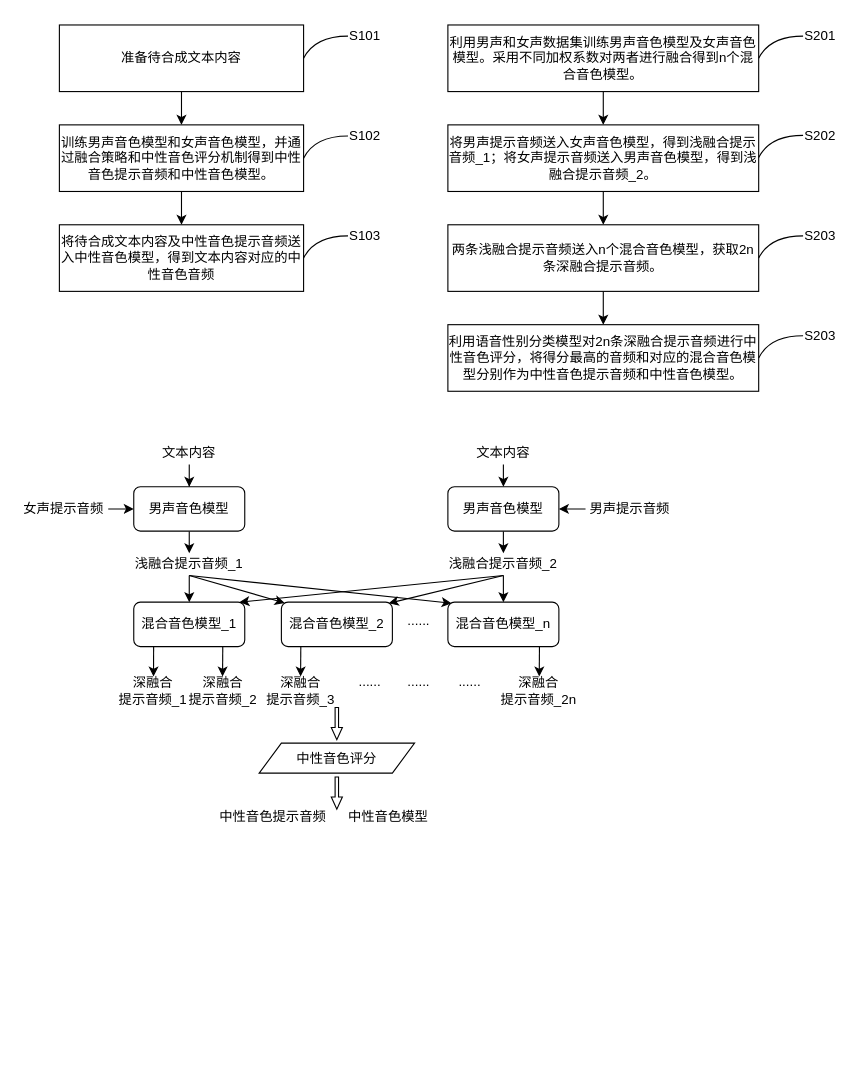
The draw.io diagram page "第 2 页" (2 of 2) of 未命名绘图.drawio in Nian-Chen/drawio, before the edit. Source tidied: cells renumbered, new cells numbered last; positions are measured from the earlier drawing's top-left corner, leaving out a move shared by most shapes. Both pictures are drawn from the tidied source at 111%, with x=0, y=0 at pixel (19, 19).
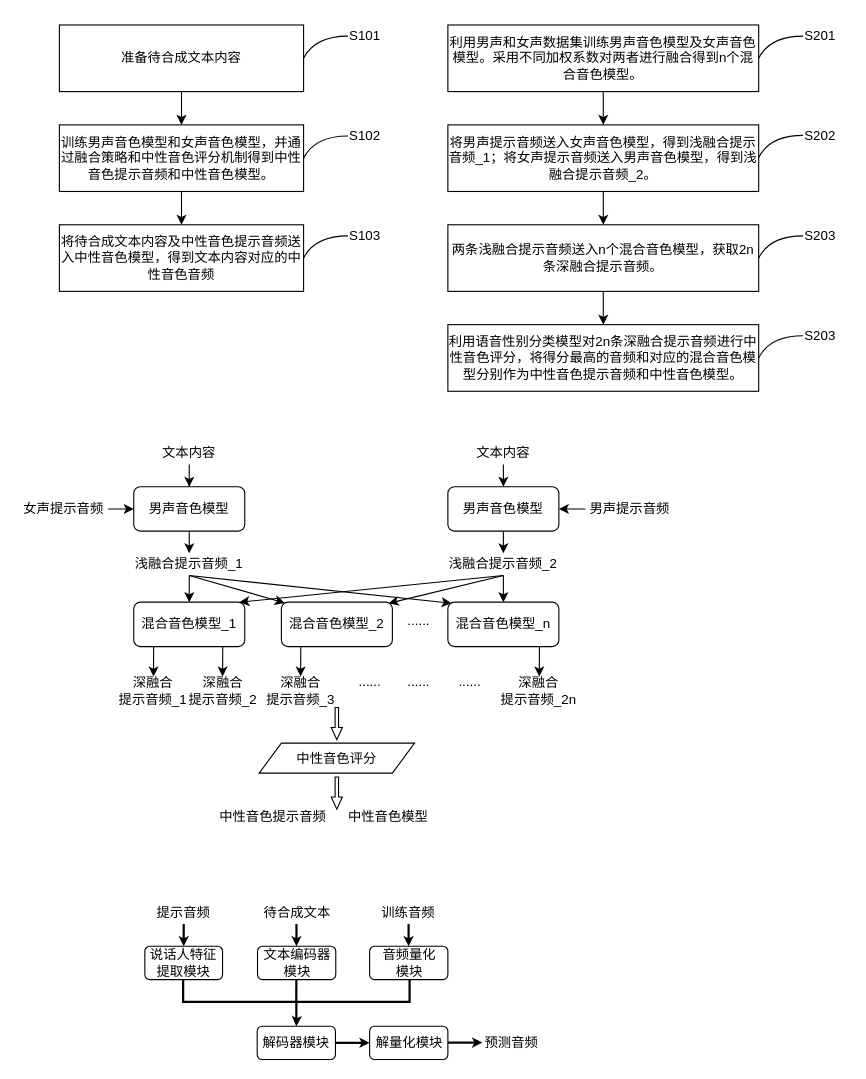
The same page after the edit.

Commit message:
中性音色语音合成.drawio

Diff of the diagram source:
```diff
@@
+    <mxCell id="67" style="edgeStyle=orthogonalEdgeStyle;rounded=0;jettySize=auto;html=1;exitX=0.5;exitY=1;exitDx=0;exitDy=0;entryX=0.5;entryY=0;entryDx=0;entryDy=0;strokeWidth=2;endSize=3;" parent="1" edge="1" source="68" target="71">
+      <mxGeometry relative="1" as="geometry" />
+    </mxCell>
+    <mxCell id="68" value="提示音频" style="text;html=1;align=center;verticalAlign=middle;whiteSpace=wrap;rounded=0;" parent="1" vertex="1">
+      <mxGeometry x="118" y="795" width="60" height="20" as="geometry" />
+    </mxCell>
+    <mxCell id="69" value="待合成文本" style="text;html=1;align=center;verticalAlign=middle;whiteSpace=wrap;rounded=0;" parent="1" vertex="1">
+      <mxGeometry x="202.2" y="795" width="97" height="20" as="geometry" />
+    </mxCell>
+    <mxCell id="70" value="文本编码器模块" style="rounded=1;whiteSpace=wrap;html=1;" parent="1" vertex="1">
+      <mxGeometry x="214.5" y="835" width="70.5" height="30" as="geometry" />
+    </mxCell>
+    <mxCell id="71" value="说话人特征提取模块" style="rounded=1;whiteSpace=wrap;html=1;" parent="1" vertex="1">
+      <mxGeometry x="113" y="835" width="70" height="30" as="geometry" />
+    </mxCell>
+    <mxCell id="72" style="strokeWidth=2;html=1;shape=mxgraph.flowchart.annotation_2;align=left;labelPosition=right;direction=south;rotation=-180;" parent="1" vertex="1">
+      <mxGeometry x="147.5" y="865" width="204" height="40" as="geometry" />
+    </mxCell>
+    <mxCell id="73" style="edgeStyle=orthogonalEdgeStyle;rounded=0;orthogonalLoop=1;jettySize=auto;html=1;exitX=0.5;exitY=1;exitDx=0;exitDy=0;entryX=0.5;entryY=0;entryDx=0;entryDy=0;strokeWidth=2;endSize=3;" parent="1" edge="1">
+      <mxGeometry relative="1" as="geometry">
+        <mxPoint x="249.6" y="815" as="sourcePoint" />
+        <mxPoint x="249.6" y="835" as="targetPoint" />
+        <Array as="points">
+          <mxPoint x="249.6" y="825" />
+          <mxPoint x="249.6" y="825" />
+        </Array>
+      </mxGeometry>
+    </mxCell>
+    <mxCell id="74" value="音频量化&lt;div&gt;模块&lt;/div&gt;" style="rounded=1;whiteSpace=wrap;html=1;" parent="1" vertex="1">
+      <mxGeometry x="315.5" y="835" width="70.5" height="30" as="geometry" />
+    </mxCell>
+    <mxCell id="75" value="训练音频" style="text;html=1;align=center;verticalAlign=middle;whiteSpace=wrap;rounded=0;" parent="1" vertex="1">
+      <mxGeometry x="302.2" y="795" width="97" height="20" as="geometry" />
+    </mxCell>
+    <mxCell id="76" style="edgeStyle=orthogonalEdgeStyle;rounded=0;orthogonalLoop=1;jettySize=auto;html=1;exitX=0.5;exitY=1;exitDx=0;exitDy=0;entryX=0.5;entryY=0;entryDx=0;entryDy=0;strokeWidth=2;endSize=3;" parent="1" edge="1">
+      <mxGeometry relative="1" as="geometry">
+        <mxPoint x="350.6" y="815" as="sourcePoint" />
+        <mxPoint x="350.6" y="835" as="targetPoint" />
+        <Array as="points">
+          <mxPoint x="350.6" y="825" />
+          <mxPoint x="350.6" y="825" />
+        </Array>
+      </mxGeometry>
+    </mxCell>
+    <mxCell id="77" style="edgeStyle=orthogonalEdgeStyle;rounded=0;jettySize=auto;html=1;exitX=1;exitY=0.5;exitDx=0;exitDy=0;exitPerimeter=0;entryX=0.527;entryY=0.5;entryDx=0;entryDy=0;entryPerimeter=0;endArrow=none;endFill=0;strokeWidth=2;endSize=3;" parent="1" edge="1" source="72">
+      <mxGeometry relative="1" as="geometry">
+        <mxPoint x="249.4" y="884.9" as="targetPoint" />
+      </mxGeometry>
+    </mxCell>
+    <mxCell id="78" style="rounded=0;jettySize=auto;html=1;exitX=1;exitY=0.5;exitDx=0;exitDy=0;entryX=0;entryY=0.5;entryDx=0;entryDy=0;strokeWidth=2;endSize=3;" parent="1" edge="1" source="79" target="80">
+      <mxGeometry relative="1" as="geometry" />
+    </mxCell>
+    <mxCell id="79" value="解码器模块" style="rounded=1;whiteSpace=wrap;html=1;" parent="1" vertex="1">
+      <mxGeometry x="214.2" y="907" width="70.5" height="30" as="geometry" />
+    </mxCell>
+    <mxCell id="80" value="解量化模块" style="rounded=1;whiteSpace=wrap;html=1;" parent="1" vertex="1">
+      <mxGeometry x="315.5" y="907" width="70.5" height="30" as="geometry" />
+    </mxCell>
+    <mxCell id="81" style="edgeStyle=orthogonalEdgeStyle;rounded=0;orthogonalLoop=1;jettySize=auto;html=1;entryX=0.5;entryY=0;entryDx=0;entryDy=0;strokeWidth=2;endSize=3;targetPerimeterSpacing=0;sourcePerimeterSpacing=0;exitX=0.052;exitY=0.5;exitDx=0;exitDy=0;exitPerimeter=0;" parent="1" edge="1">
+      <mxGeometry relative="1" as="geometry">
+        <mxPoint x="249.5" y="902.9" as="sourcePoint" />
+        <mxPoint x="249.4" y="907" as="targetPoint" />
+        <Array as="points">
+          <mxPoint x="250" y="905" />
+          <mxPoint x="249" y="905" />
+        </Array>
+      </mxGeometry>
+    </mxCell>
+    <mxCell id="82" style="rounded=0;orthogonalLoop=1;jettySize=auto;html=1;exitX=1;exitY=0.5;exitDx=0;exitDy=0;entryX=0;entryY=0.5;entryDx=0;entryDy=0;strokeWidth=2;endSize=3;" parent="1" edge="1">
+      <mxGeometry relative="1" as="geometry">
+        <mxPoint x="386" y="921.8" as="sourcePoint" />
+        <mxPoint x="417" y="921.8" as="targetPoint" />
+      </mxGeometry>
+    </mxCell>
+    <mxCell id="83" value="预测音频" style="text;html=1;align=center;verticalAlign=middle;whiteSpace=wrap;rounded=0;" parent="1" vertex="1">
+      <mxGeometry x="395" y="912" width="97" height="20" as="geometry" />
+    </mxCell>
```
